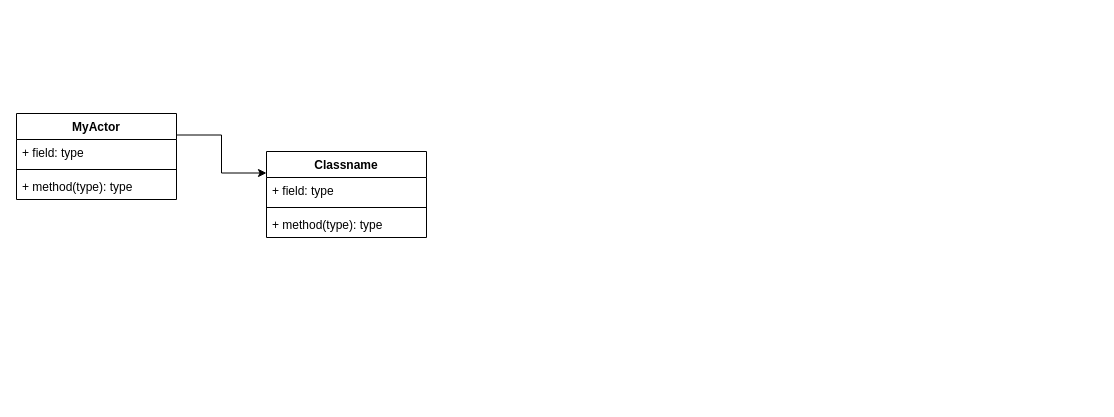
DreamingPoet/Unreal-books keeps this draw.io diagram as images/Untitled Diagram.drawio. Above is the earlier version. Source tidied: cells renumbered, new cells numbered last; positions are measured from the earlier drawing's top-left corner, leaving out a move shared by most shapes. Both pictures are drawn from the tidied source at 100%, with x=0, y=0 at pixel (16, 113).
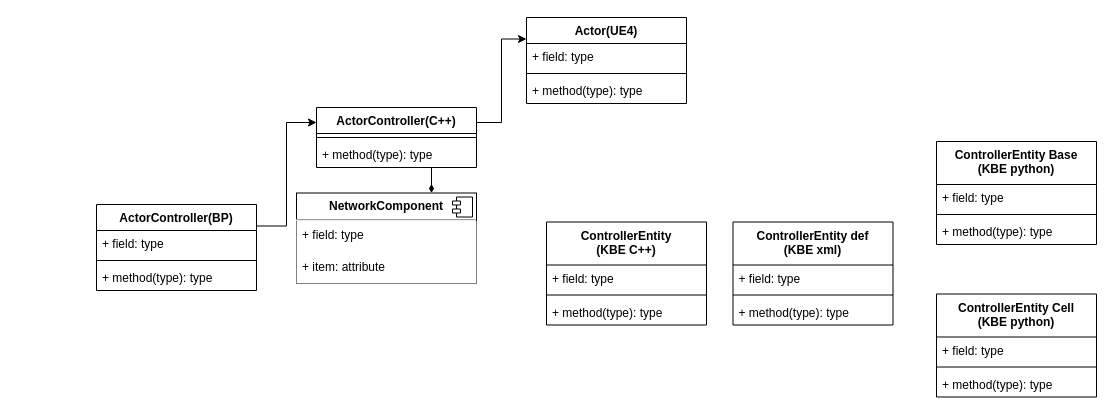
After the change.

What changed in the source:
```diff
@@
+    <mxCell id="11" style="edgeStyle=orthogonalEdgeStyle;rounded=0;jettySize=auto;html=1;exitX=1;exitY=0.25;exitDx=0;exitDy=0;entryX=0;entryY=0.25;entryDx=0;entryDy=0;" parent="1" edge="1" source="3" target="13">
+      <mxGeometry relative="1" as="geometry" />
+    </mxCell>
+    <mxCell id="12" style="edgeStyle=orthogonalEdgeStyle;rounded=0;jettySize=auto;html=1;exitX=0.75;exitY=1;exitDx=0;exitDy=0;entryX=0.75;entryY=0;entryDx=0;entryDy=0;endArrow=diamondThin;endFill=1;" parent="1" edge="1" source="3" target="21">
+      <mxGeometry relative="1" as="geometry" />
+    </mxCell>
-    <mxCell id="3" value="Classname" style="swimlane;fontStyle=1;align=center;verticalAlign=top;horizontal=1;startSize=26;" parent="1" vertex="1">
-      <mxGeometry x="250" y="38" width="160" height="86" as="geometry" />
+    <mxCell id="3" value="ActorController(C++)" style="swimlane;fontStyle=1;align=center;verticalAlign=top;horizontal=1;startSize=26;" parent="1" vertex="1">
+      <mxGeometry x="300" y="-6" width="160" height="60" as="geometry" />
     </mxCell>
-    <mxCell id="4" value="+ field: type" style="text;strokeColor=none;fillColor=none;align=left;verticalAlign=top;spacingLeft=4;spacingRight=4;overflow=hidden;" parent="3" vertex="1">
-      <mxGeometry y="26" width="160" height="26" as="geometry" />
-    </mxCell>
     <mxCell id="5" style="line;strokeWidth=1;fillColor=none;align=left;verticalAlign=middle;spacingTop=-1;spacingLeft=3;spacingRight=3;labelPosition=right;" parent="3" vertex="1">
-      <mxGeometry y="52" width="160" height="8" as="geometry" />
+      <mxGeometry y="26" width="160" height="8" as="geometry" />
     </mxCell>
     <mxCell id="6" value="+ method(type): type" style="text;strokeColor=none;fillColor=none;align=left;verticalAlign=top;spacingLeft=4;spacingRight=4;overflow=hidden;" parent="3" vertex="1">
-      <mxGeometry y="60" width="160" height="26" as="geometry" />
+      <mxGeometry y="34" width="160" height="26" as="geometry" />
     </mxCell>
-    <mxCell id="7" value="MyActor" style="swimlane;fontStyle=1;align=center;verticalAlign=top;horizontal=1;startSize=26;" parent="1" vertex="1">
-      <mxGeometry width="160" height="86" as="geometry" />
+    <mxCell id="7" value="ActorController(BP)" style="swimlane;fontStyle=1;align=center;verticalAlign=top;horizontal=1;startSize=26;" parent="1" vertex="1">
+      <mxGeometry x="80" y="91" width="160" height="86" as="geometry" />
     </mxCell>
@@
+    <mxCell id="13" value="Actor(UE4)" style="swimlane;fontStyle=1;align=center;verticalAlign=top;horizontal=1;startSize=26;" parent="1" vertex="1">
+      <mxGeometry x="510" y="-96" width="160" height="86" as="geometry" />
+    </mxCell>
+    <mxCell id="14" value="+ field: type" style="text;strokeColor=none;fillColor=none;align=left;verticalAlign=top;spacingLeft=4;spacingRight=4;overflow=hidden;" parent="13" vertex="1">
+      <mxGeometry y="26" width="160" height="26" as="geometry" />
+    </mxCell>
+    <mxCell id="15" style="line;strokeWidth=1;fillColor=none;align=left;verticalAlign=middle;spacingTop=-1;spacingLeft=3;spacingRight=3;labelPosition=right;" parent="13" vertex="1">
+      <mxGeometry y="52" width="160" height="8" as="geometry" />
+    </mxCell>
+    <mxCell id="16" value="+ method(type): type" style="text;strokeColor=none;fillColor=none;align=left;verticalAlign=top;spacingLeft=4;spacingRight=4;overflow=hidden;" parent="13" vertex="1">
+      <mxGeometry y="60" width="160" height="26" as="geometry" />
+    </mxCell>
+    <mxCell id="17" value="ControllerEntity&#10;(KBE C++)" style="swimlane;fontStyle=1;align=center;verticalAlign=top;horizontal=1;startSize=43;" parent="1" vertex="1">
+      <mxGeometry x="530" y="108.5" width="160" height="103" as="geometry" />
+    </mxCell>
+    <mxCell id="18" value="+ field: type" style="text;strokeColor=none;fillColor=none;align=left;verticalAlign=top;spacingLeft=4;spacingRight=4;overflow=hidden;" parent="17" vertex="1">
+      <mxGeometry y="43" width="160" height="26" as="geometry" />
+    </mxCell>
+    <mxCell id="19" style="line;strokeWidth=1;fillColor=none;align=left;verticalAlign=middle;spacingTop=-1;spacingLeft=3;spacingRight=3;labelPosition=right;" parent="17" vertex="1">
+      <mxGeometry y="69" width="160" height="8" as="geometry" />
+    </mxCell>
+    <mxCell id="20" value="+ method(type): type" style="text;strokeColor=none;fillColor=none;align=left;verticalAlign=top;spacingLeft=4;spacingRight=4;overflow=hidden;" parent="17" vertex="1">
+      <mxGeometry y="77" width="160" height="26" as="geometry" />
+    </mxCell>
+    <mxCell id="21" value="&lt;p style=&quot;margin: 0px ; margin-top: 6px ; text-align: center&quot;&gt;&lt;b&gt;Network&lt;/b&gt;&lt;b&gt;Component&lt;/b&gt;&lt;/p&gt;&lt;hr&gt;&lt;p style=&quot;margin: 0px ; margin-left: 8px&quot;&gt;&lt;br&gt;&lt;/p&gt;" style="align=left;overflow=fill;html=1;" parent="1" vertex="1">
+      <mxGeometry x="280" y="79.5" width="180" height="90" as="geometry" />
+    </mxCell>
+    <mxCell id="22" style="shape=component;jettyWidth=8;jettyHeight=4;" parent="21" vertex="1">
+      <mxGeometry x="1" width="20" height="20" relative="1" as="geometry">
+        <mxPoint x="-24" y="4" as="offset" />
+      </mxGeometry>
+    </mxCell>
+    <mxCell id="23" value="+ item: attribute" style="text;align=left;verticalAlign=top;spacingLeft=4;spacingRight=4;overflow=hidden;strokeColor=none;fillColor=#ffffff;gradientColor=none;" parent="21" vertex="1">
+      <mxGeometry y="60" width="180" height="30" as="geometry" />
+    </mxCell>
+    <mxCell id="4" value="+ field: type" style="text;strokeColor=none;fillColor=#ffffff;align=left;verticalAlign=top;spacingLeft=4;spacingRight=4;overflow=hidden;" parent="21" vertex="1">
+      <mxGeometry y="28" width="180" height="32" as="geometry" />
+    </mxCell>
+    <mxCell id="24" value="ControllerEntity def&#10;(KBE xml)" style="swimlane;fontStyle=1;align=center;verticalAlign=top;horizontal=1;startSize=43;" parent="1" vertex="1">
+      <mxGeometry x="716.5" y="108.5" width="160" height="103" as="geometry" />
+    </mxCell>
+    <mxCell id="25" value="+ field: type" style="text;strokeColor=none;fillColor=none;align=left;verticalAlign=top;spacingLeft=4;spacingRight=4;overflow=hidden;" parent="24" vertex="1">
+      <mxGeometry y="43" width="160" height="26" as="geometry" />
+    </mxCell>
+    <mxCell id="26" style="line;strokeWidth=1;fillColor=none;align=left;verticalAlign=middle;spacingTop=-1;spacingLeft=3;spacingRight=3;labelPosition=right;" parent="24" vertex="1">
+      <mxGeometry y="69" width="160" height="8" as="geometry" />
+    </mxCell>
+    <mxCell id="27" value="+ method(type): type" style="text;strokeColor=none;fillColor=none;align=left;verticalAlign=top;spacingLeft=4;spacingRight=4;overflow=hidden;" parent="24" vertex="1">
+      <mxGeometry y="77" width="160" height="26" as="geometry" />
+    </mxCell>
+    <mxCell id="28" value="ControllerEntity Base&#10;(KBE python)" style="swimlane;fontStyle=1;align=center;verticalAlign=top;horizontal=1;startSize=43;" parent="1" vertex="1">
+      <mxGeometry x="920" y="28" width="160" height="103" as="geometry" />
+    </mxCell>
+    <mxCell id="29" value="+ field: type" style="text;strokeColor=none;fillColor=none;align=left;verticalAlign=top;spacingLeft=4;spacingRight=4;overflow=hidden;" parent="28" vertex="1">
+      <mxGeometry y="43" width="160" height="26" as="geometry" />
+    </mxCell>
+    <mxCell id="30" style="line;strokeWidth=1;fillColor=none;align=left;verticalAlign=middle;spacingTop=-1;spacingLeft=3;spacingRight=3;labelPosition=right;" parent="28" vertex="1">
+      <mxGeometry y="69" width="160" height="8" as="geometry" />
+    </mxCell>
+    <mxCell id="31" value="+ method(type): type" style="text;strokeColor=none;fillColor=none;align=left;verticalAlign=top;spacingLeft=4;spacingRight=4;overflow=hidden;" parent="28" vertex="1">
+      <mxGeometry y="77" width="160" height="26" as="geometry" />
+    </mxCell>
+    <mxCell id="32" value="ControllerEntity Cell&#10;(KBE python)" style="swimlane;fontStyle=1;align=center;verticalAlign=top;horizontal=1;startSize=43;" parent="1" vertex="1">
+      <mxGeometry x="920" y="180.5" width="160" height="103" as="geometry" />
+    </mxCell>
+    <mxCell id="33" value="+ field: type" style="text;strokeColor=none;fillColor=none;align=left;verticalAlign=top;spacingLeft=4;spacingRight=4;overflow=hidden;" parent="32" vertex="1">
+      <mxGeometry y="43" width="160" height="26" as="geometry" />
+    </mxCell>
+    <mxCell id="34" style="line;strokeWidth=1;fillColor=none;align=left;verticalAlign=middle;spacingTop=-1;spacingLeft=3;spacingRight=3;labelPosition=right;" parent="32" vertex="1">
+      <mxGeometry y="69" width="160" height="8" as="geometry" />
+    </mxCell>
+    <mxCell id="35" value="+ method(type): type" style="text;strokeColor=none;fillColor=none;align=left;verticalAlign=top;spacingLeft=4;spacingRight=4;overflow=hidden;" parent="32" vertex="1">
+      <mxGeometry y="77" width="160" height="26" as="geometry" />
+    </mxCell>
```
